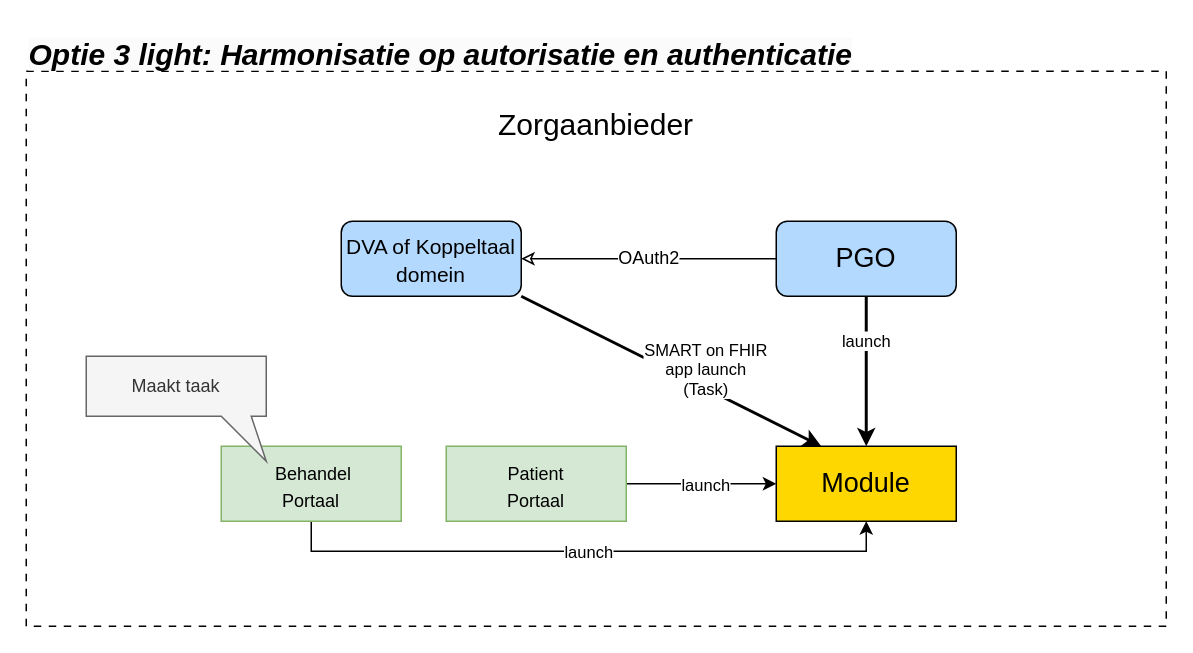
This is input/images/koppeltaal/optie3 light.drawio from KoppelMij/koppelmij-designs, a draw.io file, before an edit. Source tidied: cells renumbered, new cells numbered last; positions are measured from the earlier drawing's top-left corner, leaving out a move shared by most shapes. Both pictures are drawn from the tidied source at 150%, with x=0, y=0 at pixel (26, 26).
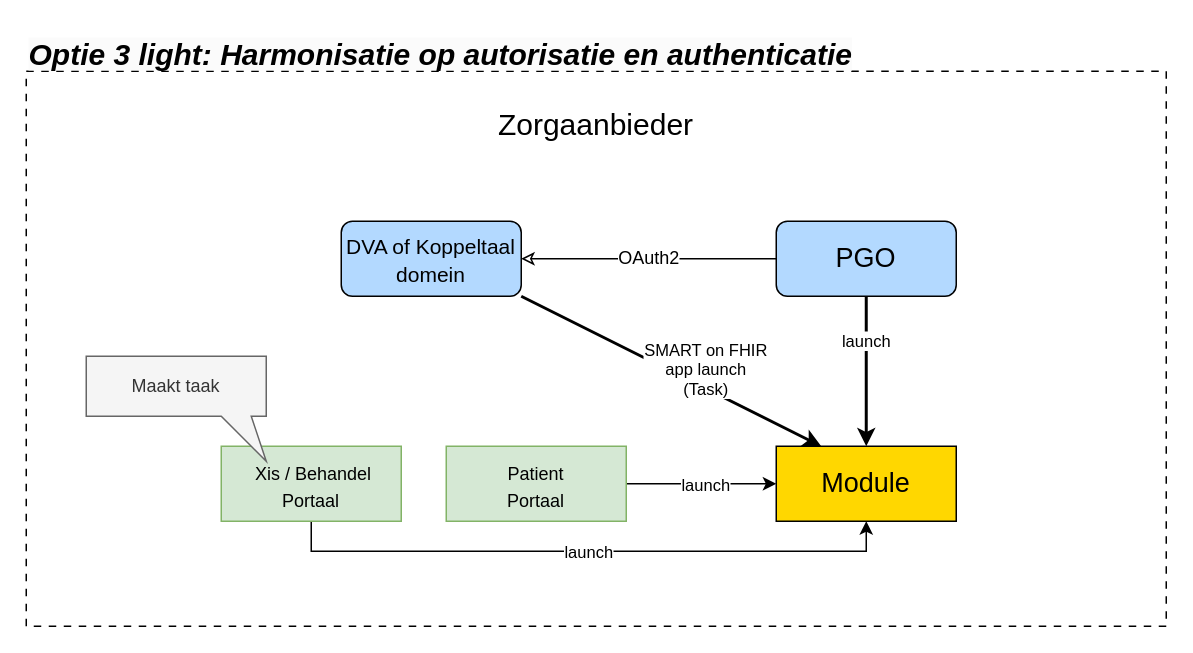
The same diagram, later.

Commit message:
Update text and attributes in `optie3 light.drawio` diagram for consistency and accuracy

The edit, as a diff of the source:
```diff
@@
-    <mxCell id="16" value="&lt;div style=&quot;line-height: 100%;&quot;&gt;&lt;font style=&quot;font-size: 12px; line-height: 100%;&quot;&gt;&amp;nbsp;Behandel&lt;/font&gt;&lt;div&gt;&lt;font style=&quot;font-size: 12px; line-height: 100%;&quot;&gt;Portaal&lt;/font&gt;&lt;/div&gt;&lt;/div&gt;" style="rounded=0;whiteSpace=wrap;html=1;fillColor=#d5e8d4;strokeColor=#82b366;fontSize=18;verticalAlign=middle;" parent="1" vertex="1">
+    <mxCell id="16" value="&lt;div style=&quot;line-height: 100%;&quot;&gt;&lt;font style=&quot;font-size: 12px; line-height: 100%;&quot;&gt;&amp;nbsp;Xis / Behandel&lt;/font&gt;&lt;div&gt;&lt;font style=&quot;font-size: 12px; line-height: 100%;&quot;&gt;Portaal&lt;/font&gt;&lt;/div&gt;&lt;/div&gt;" style="rounded=0;whiteSpace=wrap;html=1;fillColor=#d5e8d4;strokeColor=#82b366;fontSize=18;verticalAlign=middle;" parent="1" vertex="1">
       <mxGeometry x="130" y="280" width="120" height="50" as="geometry" />
     </mxCell>
```
